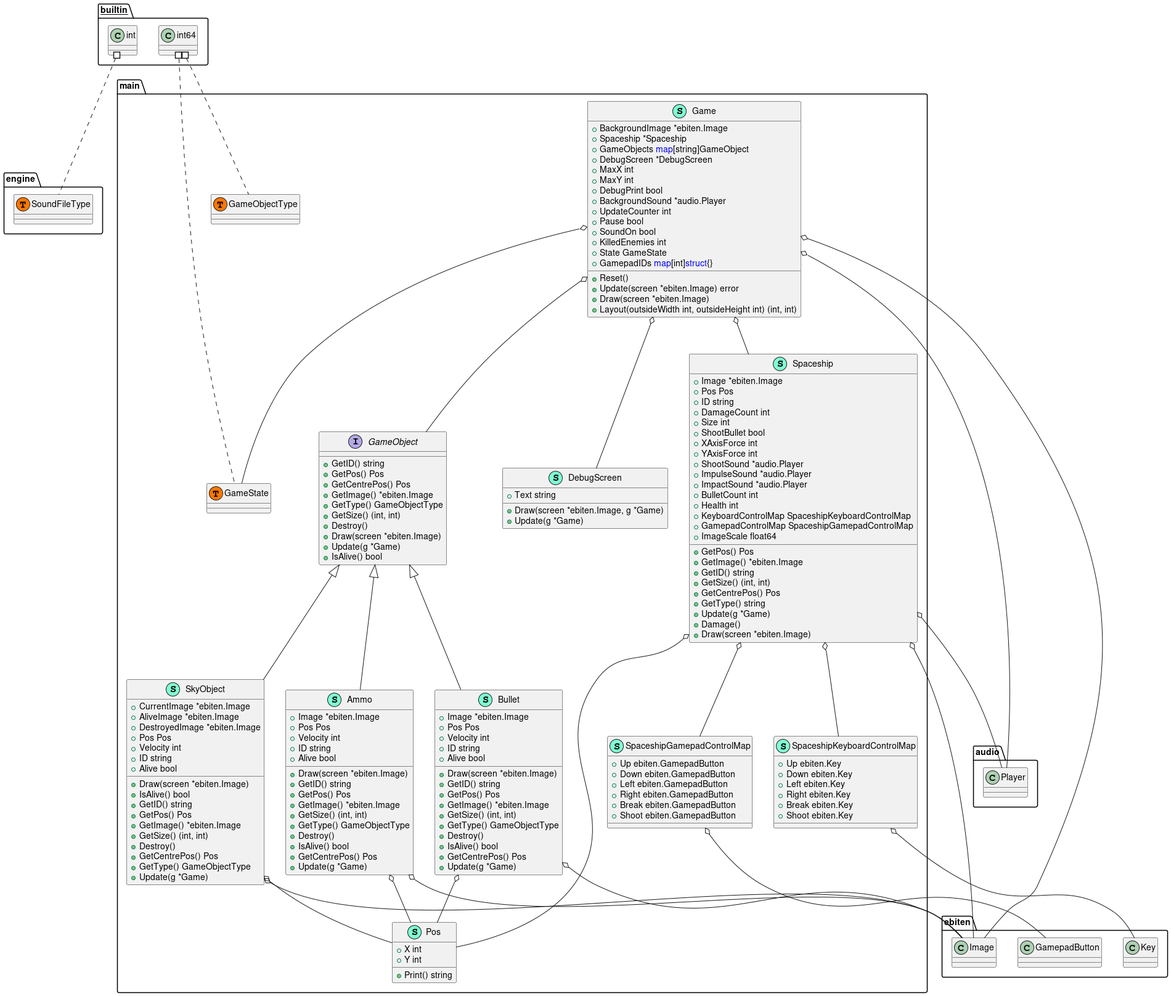
polpettone/spaceships keeps this PlantUML diagram as uml1.png. Above is the earlier version. The source it was exported from:
```plantuml
@startuml
namespace engine {
    class engine.SoundFileType << (T, #FF7700) >>  {
    }
}



namespace main {
    class Ammo << (S,Aquamarine) >> {
        + Image *ebiten.Image
        + Pos Pos
        + Velocity int
        + ID string
        + Alive bool

        + Draw(screen *ebiten.Image)
        + GetID() string
        + GetPos() Pos
        + GetImage() *ebiten.Image
        + GetSize() (int, int)
        + GetType() GameObjectType
        + Destroy()
        + IsAlive() bool
        + GetCentrePos() Pos
        + Update(g *Game)

    }
    class Bullet << (S,Aquamarine) >> {
        + Image *ebiten.Image
        + Pos Pos
        + Velocity int
        + ID string
        + Alive bool

        + Draw(screen *ebiten.Image)
        + GetID() string
        + GetPos() Pos
        + GetImage() *ebiten.Image
        + GetSize() (int, int)
        + GetType() GameObjectType
        + Destroy()
        + IsAlive() bool
        + GetCentrePos() Pos
        + Update(g *Game)

    }
    class DebugScreen << (S,Aquamarine) >> {
        + Text string

        + Draw(screen *ebiten.Image, g *Game)
        + Update(g *Game)

    }
    class Game << (S,Aquamarine) >> {
        + BackgroundImage *ebiten.Image
        + Spaceship *Spaceship
        + GameObjects <font color=blue>map</font>[string]GameObject
        + DebugScreen *DebugScreen
        + MaxX int
        + MaxY int
        + DebugPrint bool
        + BackgroundSound *audio.Player
        + UpdateCounter int
        + Pause bool
        + SoundOn bool
        + KilledEnemies int
        + State GameState
        + GamepadIDs <font color=blue>map</font>[int]<font color=blue>struct</font>{}

        + Reset()
        + Update(screen *ebiten.Image) error
        + Draw(screen *ebiten.Image)
        + Layout(outsideWidth int, outsideHeight int) (int, int)

    }
    interface GameObject  {
        + GetID() string
        + GetPos() Pos
        + GetCentrePos() Pos
        + GetImage() *ebiten.Image
        + GetType() GameObjectType
        + GetSize() (int, int)
        + Destroy()
        + Draw(screen *ebiten.Image)
        + Update(g *Game)
        + IsAlive() bool

    }
    class Pos << (S,Aquamarine) >> {
        + X int
        + Y int

        + Print() string

    }
    class SkyObject << (S,Aquamarine) >> {
        + CurrentImage *ebiten.Image
        + AliveImage *ebiten.Image
        + DestroyedImage *ebiten.Image
        + Pos Pos
        + Velocity int
        + ID string
        + Alive bool

        + Draw(screen *ebiten.Image)
        + IsAlive() bool
        + GetID() string
        + GetPos() Pos
        + GetImage() *ebiten.Image
        + GetSize() (int, int)
        + Destroy()
        + GetCentrePos() Pos
        + GetType() GameObjectType
        + Update(g *Game)

    }
    class Spaceship << (S,Aquamarine) >> {
        + Image *ebiten.Image
        + Pos Pos
        + ID string
        + DamageCount int
        + Size int
        + ShootBullet bool
        + XAxisForce int
        + YAxisForce int
        + ShootSound *audio.Player
        + ImpulseSound *audio.Player
        + ImpactSound *audio.Player
        + BulletCount int
        + Health int
        + KeyboardControlMap SpaceshipKeyboardControlMap
        + GamepadControlMap SpaceshipGamepadControlMap
        + ImageScale float64

        + GetPos() Pos
        + GetImage() *ebiten.Image
        + GetID() string
        + GetSize() (int, int)
        + GetCentrePos() Pos
        + GetType() string
        + Update(g *Game)
        + Damage()
        + Draw(screen *ebiten.Image)

    }
    class SpaceshipGamepadControlMap << (S,Aquamarine) >> {
        + Up ebiten.GamepadButton
        + Down ebiten.GamepadButton
        + Left ebiten.GamepadButton
        + Right ebiten.GamepadButton
        + Break ebiten.GamepadButton
        + Shoot ebiten.GamepadButton

    }
    class SpaceshipKeyboardControlMap << (S,Aquamarine) >> {
        + Up ebiten.Key
        + Down ebiten.Key
        + Left ebiten.Key
        + Right ebiten.Key
        + Break ebiten.Key
        + Shoot ebiten.Key

    }
    class main.GameObjectType << (T, #FF7700) >>  {
    }
    class main.GameState << (T, #FF7700) >>  {
    }
}

"main.GameObject" <|-- "main.Ammo"
"main.GameObject" <|-- "main.Bullet"
"main.GameObject" <|-- "main.SkyObject"

"main.Ammo" o-- "ebiten.Image"
"main.Ammo" o-- "main.Pos"
"main.Bullet" o-- "ebiten.Image"
"main.Bullet" o-- "main.Pos"
"main.Game" o-- "audio.Player"
"main.Game" o-- "ebiten.Image"
"main.Game" o-- "main.DebugScreen"
"main.Game" o-- "main.GameObject"
"main.Game" o-- "main.GameState"
"main.Game" o-- "main.Spaceship"
"main.SkyObject" o-- "ebiten.Image"
"main.SkyObject" o-- "main.Pos"
"main.Spaceship" o-- "audio.Player"
"main.Spaceship" o-- "ebiten.Image"
"main.Spaceship" o-- "main.Pos"
"main.Spaceship" o-- "main.SpaceshipGamepadControlMap"
"main.Spaceship" o-- "main.SpaceshipKeyboardControlMap"
"main.SpaceshipGamepadControlMap" o-- "ebiten.GamepadButton"
"main.SpaceshipKeyboardControlMap" o-- "ebiten.Key"

"__builtin__.int" #.. "engine.SoundFileType"
"__builtin__.int64" #.. "main.GameObjectType"
"__builtin__.int64" #.. "main.GameState"
@enduml
```
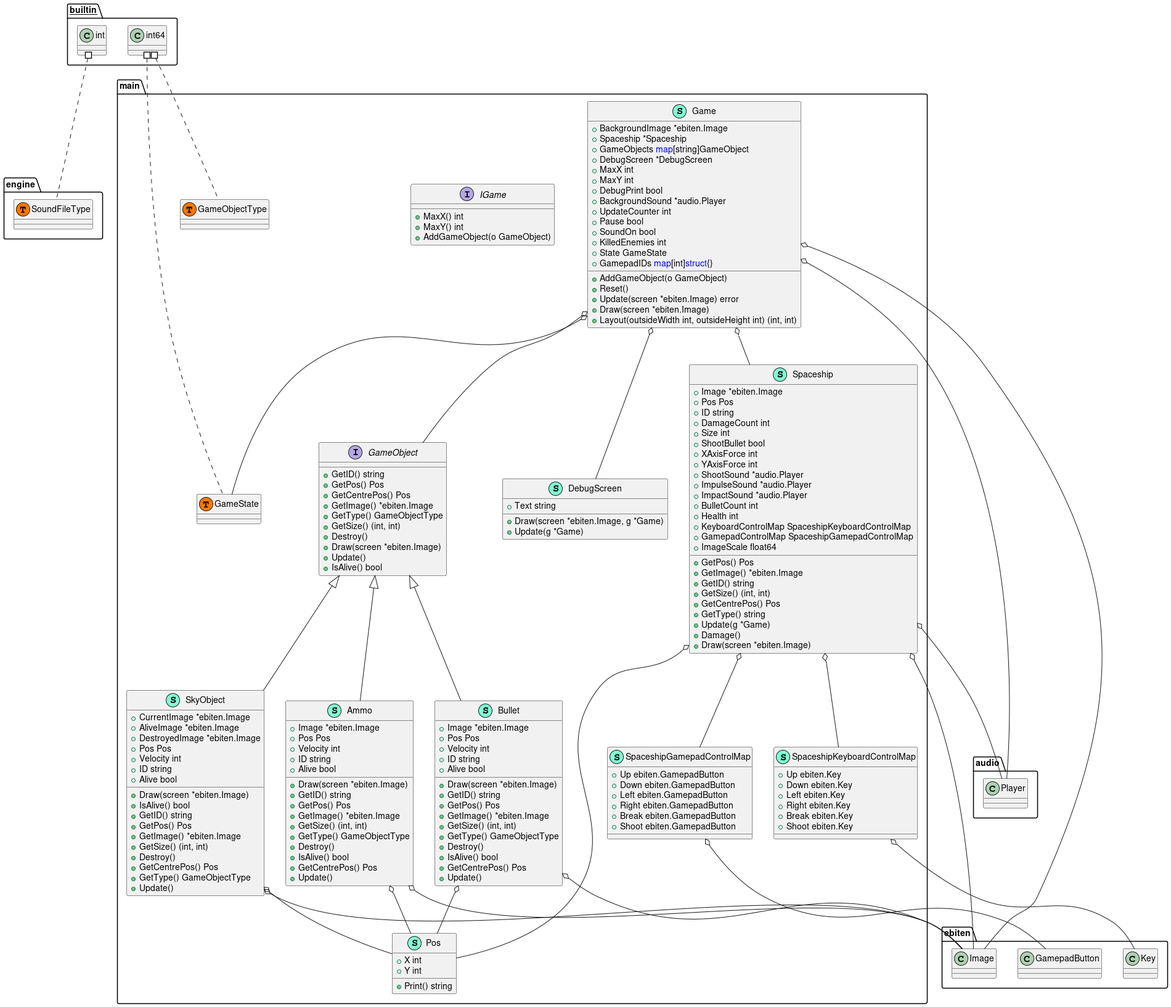
Later version of the same file.

Diff of the diagram source:
```diff
@@ -23,7 +23,7 @@
         + Destroy()
         + IsAlive() bool
         + GetCentrePos() Pos
-        + Update(g *Game)
+        + Update()
 
     }
     class Bullet << (S,Aquamarine) >> {
@@ -42,7 +42,7 @@
         + Destroy()
         + IsAlive() bool
         + GetCentrePos() Pos
-        + Update(g *Game)
+        + Update()
 
     }
     class DebugScreen << (S,Aquamarine) >> {
@@ -68,6 +68,7 @@
         + State GameState
         + GamepadIDs <font color=blue>map</font>[int]<font color=blue>struct</font>{}
 
+        + AddGameObject(o GameObject)
         + Reset()
         + Update(screen *ebiten.Image) error
         + Draw(screen *ebiten.Image)
@@ -83,8 +84,14 @@
         + GetSize() (int, int)
         + Destroy()
         + Draw(screen *ebiten.Image)
-        + Update(g *Game)
+        + Update()
         + IsAlive() bool
+
+    }
+    interface IGame  {
+        + MaxX() int
+        + MaxY() int
+        + AddGameObject(o GameObject)
 
     }
     class Pos << (S,Aquamarine) >> {
@@ -112,7 +119,7 @@
         + Destroy()
         + GetCentrePos() Pos
         + GetType() GameObjectType
-        + Update(g *Game)
+        + Update()
 
     }
     class Spaceship << (S,Aquamarine) >> {
```
